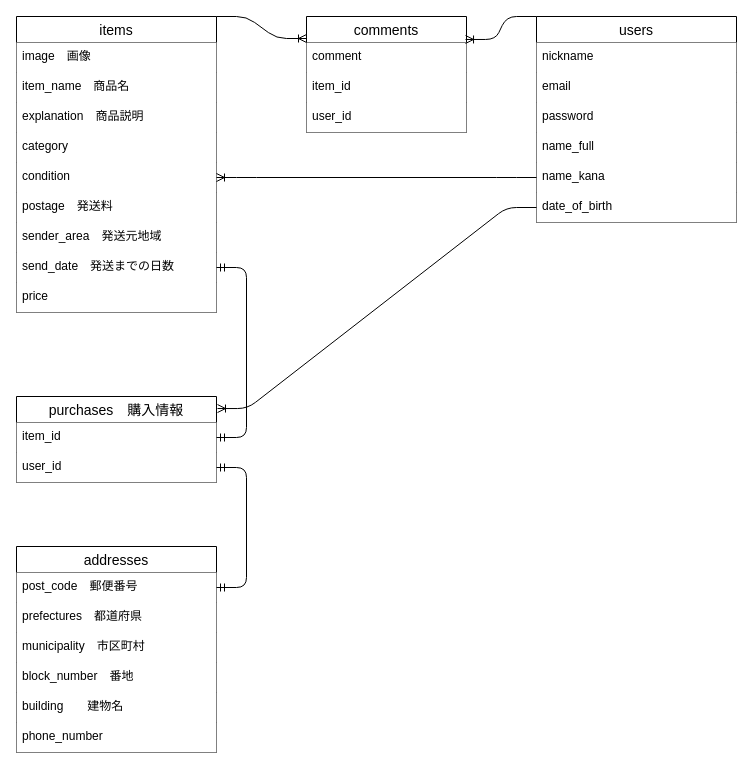
Before: furima.dio in taigaggg/furima-38351, a draw.io diagram. Source tidied: cells renumbered, new cells numbered last; positions are measured from the earlier drawing's top-left corner, leaving out a move shared by most shapes. Both pictures are drawn from the tidied source at 100%, with x=0, y=0 at pixel (16, 16).
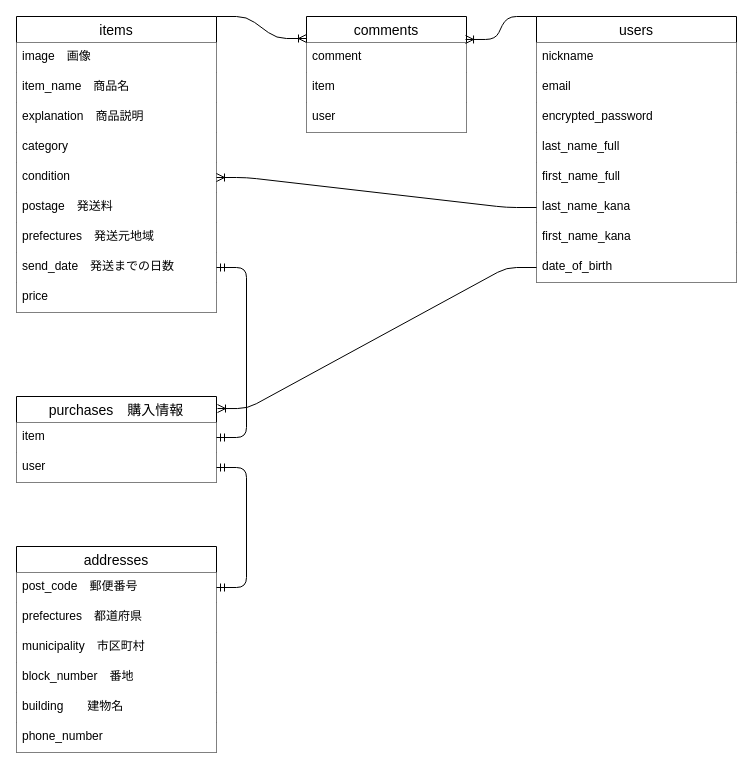
The same diagram, later.

Unchanged cells that the change refers to:
```xml
<mxCell id="9" value="items" style="swimlane;fontStyle=0;horizontal=1;startSize=26;align=center;fontSize=14;fillColor=default;" parent="1" vertex="1">
  <mxGeometry width="200" height="296" as="geometry" />
</mxCell>
<mxCell id="19" value="purchases　購入情報" style="swimlane;fontStyle=0;horizontal=1;startSize=26;align=center;fontSize=14;" parent="1" vertex="1">
  <mxGeometry y="380" width="200" height="86" as="geometry" />
</mxCell>
<mxCell id="29" value="comments" style="swimlane;fontStyle=0;horizontal=1;startSize=26;align=center;fontSize=14;" parent="1" vertex="1">
  <mxGeometry x="290" width="160" height="116" as="geometry" />
</mxCell>
```

Diff of the diagram source:
```diff
@@
     <mxCell id="2" value="users" style="swimlane;fontStyle=0;horizontal=1;startSize=26;align=center;fontSize=14;" parent="1" vertex="1">
-      <mxGeometry x="520" width="200" height="206" as="geometry" />
+      <mxGeometry x="520" width="200" height="266" as="geometry" />
     </mxCell>
@@
-    <mxCell id="5" value="password" style="text;strokeColor=none;fillColor=default;spacingLeft=4;spacingRight=4;overflow=hidden;fontSize=12;" parent="2" vertex="1">
+    <mxCell id="5" value="encrypted_password" style="text;strokeColor=none;fillColor=default;spacingLeft=4;spacingRight=4;overflow=hidden;fontSize=12;" parent="2" vertex="1">
       <mxGeometry y="86" width="200" height="30" as="geometry" />
     </mxCell>
-    <mxCell id="6" value="name_full" style="text;strokeColor=none;fillColor=default;spacingLeft=4;spacingRight=4;overflow=hidden;fontSize=12;" parent="2" vertex="1">
+    <mxCell id="6" value="last_name_full" style="text;strokeColor=none;fillColor=default;spacingLeft=4;spacingRight=4;overflow=hidden;fontSize=12;" parent="2" vertex="1">
       <mxGeometry y="116" width="200" height="30" as="geometry" />
     </mxCell>
+    <mxCell id="39" value="first_name_full" style="text;strokeColor=none;fillColor=default;spacingLeft=4;spacingRight=4;overflow=hidden;fontSize=12;" parent="2" vertex="1">
+      <mxGeometry y="146" width="200" height="30" as="geometry" />
+    </mxCell>
-    <mxCell id="7" value="name_kana" style="text;strokeColor=none;fillColor=default;spacingLeft=4;spacingRight=4;overflow=hidden;points=[[0,0.5],[1,0.5]];portConstraint=eastwest;fontSize=12;" parent="2" vertex="1">
-      <mxGeometry y="146" width="200" height="30" as="geometry" />
+    <mxCell id="7" value="last_name_kana" style="text;strokeColor=none;fillColor=default;spacingLeft=4;spacingRight=4;overflow=hidden;points=[[0,0.5],[1,0.5]];portConstraint=eastwest;fontSize=12;" parent="2" vertex="1">
+      <mxGeometry y="176" width="200" height="30" as="geometry" />
     </mxCell>
+    <mxCell id="40" value="first_name_kana" style="text;strokeColor=none;fillColor=default;spacingLeft=4;spacingRight=4;overflow=hidden;fontSize=12;" parent="2" vertex="1">
+      <mxGeometry y="206" width="200" height="30" as="geometry" />
+    </mxCell>
     <mxCell id="8" value="date_of_birth" style="text;strokeColor=none;fillColor=default;spacingLeft=4;spacingRight=4;overflow=hidden;points=[[0,0.5],[1,0.5]];portConstraint=eastwest;fontSize=12;" parent="2" vertex="1">
-      <mxGeometry y="176" width="200" height="30" as="geometry" />
+      <mxGeometry y="236" width="200" height="30" as="geometry" />
     </mxCell>
@@
-    <mxCell id="16" value="sender_area　発送元地域" style="text;strokeColor=none;fillColor=default;spacingLeft=4;spacingRight=4;overflow=hidden;fontSize=12;" parent="9" vertex="1">
+    <mxCell id="16" value="prefectures　発送元地域" style="text;strokeColor=none;fillColor=default;spacingLeft=4;spacingRight=4;overflow=hidden;fontSize=12;" parent="9" vertex="1">
       <mxGeometry y="206" width="200" height="30" as="geometry" />
     </mxCell>
@@
-    <mxCell id="20" value="item_id" style="text;strokeColor=none;fillColor=default;spacingLeft=4;spacingRight=4;overflow=hidden;points=[[0,0.5],[1,0.5]];portConstraint=eastwest;fontSize=12;" parent="19" vertex="1">
+    <mxCell id="20" value="item" style="text;strokeColor=none;fillColor=default;spacingLeft=4;spacingRight=4;overflow=hidden;points=[[0,0.5],[1,0.5]];portConstraint=eastwest;fontSize=12;" parent="19" vertex="1">
       <mxGeometry y="26" width="200" height="30" as="geometry" />
     </mxCell>
-    <mxCell id="21" value="user_id" style="text;strokeColor=none;fillColor=default;spacingLeft=4;spacingRight=4;overflow=hidden;points=[[0,0.5],[1,0.5]];portConstraint=eastwest;fontSize=12;" parent="19" vertex="1">
+    <mxCell id="21" value="user" style="text;strokeColor=none;fillColor=default;spacingLeft=4;spacingRight=4;overflow=hidden;points=[[0,0.5],[1,0.5]];portConstraint=eastwest;fontSize=12;" parent="19" vertex="1">
       <mxGeometry y="56" width="200" height="30" as="geometry" />
     </mxCell>
@@
-    <mxCell id="31" value="item_id" style="text;strokeColor=none;fillColor=default;spacingLeft=4;spacingRight=4;overflow=hidden;fontSize=12;" parent="29" vertex="1">
+    <mxCell id="31" value="item" style="text;strokeColor=none;fillColor=default;spacingLeft=4;spacingRight=4;overflow=hidden;fontSize=12;" parent="29" vertex="1">
       <mxGeometry y="56" width="160" height="30" as="geometry" />
     </mxCell>
-    <mxCell id="32" value="user_id" style="text;strokeColor=none;fillColor=default;spacingLeft=4;spacingRight=4;overflow=hidden;fontSize=12;" parent="29" vertex="1">
+    <mxCell id="32" value="user" style="text;strokeColor=none;fillColor=default;spacingLeft=4;spacingRight=4;overflow=hidden;fontSize=12;" parent="29" vertex="1">
       <mxGeometry y="86" width="160" height="30" as="geometry" />
     </mxCell>
```
